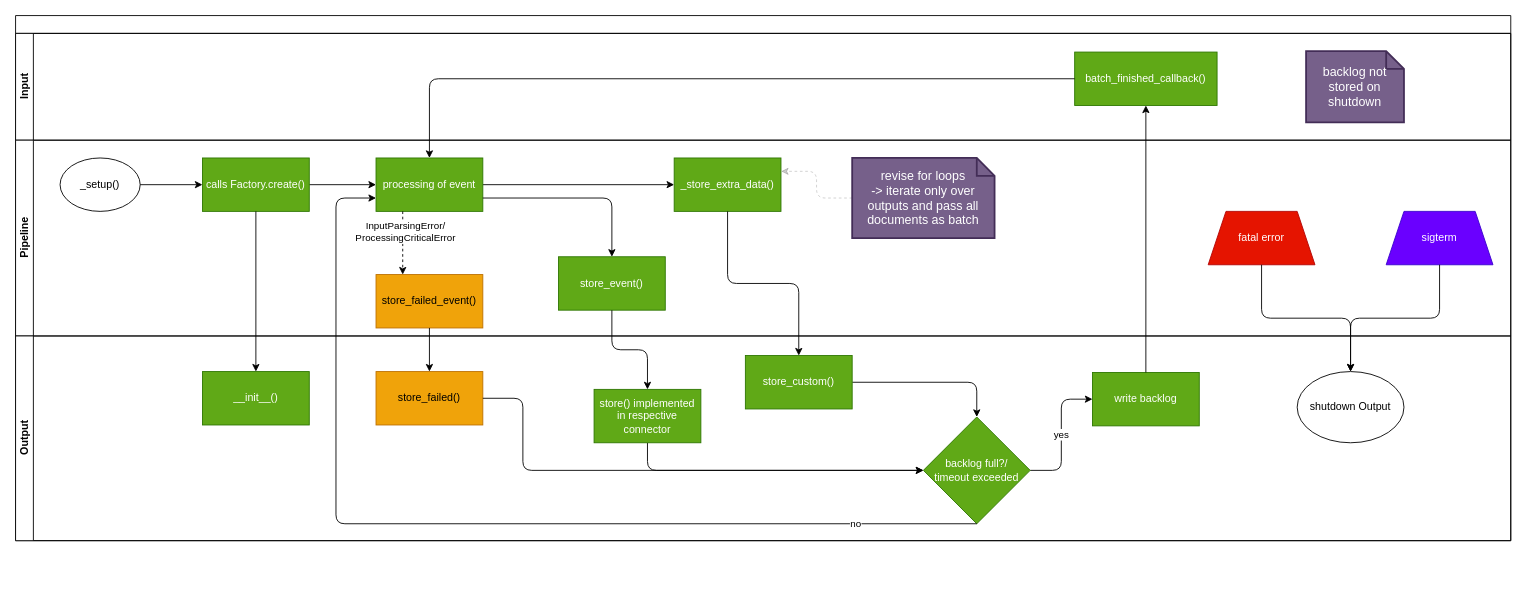
fkie-cad/Logprep keeps this draw.io diagram as doc/source/development/architecture/diagramms/output.drawio. Above is the earlier version. Source tidied: cells renumbered, new cells numbered last; positions are measured from the earlier drawing's top-left corner, leaving out a move shared by most shapes. Both pictures are drawn from the tidied source at 89%, with x=0, y=0 at pixel (15, 15).
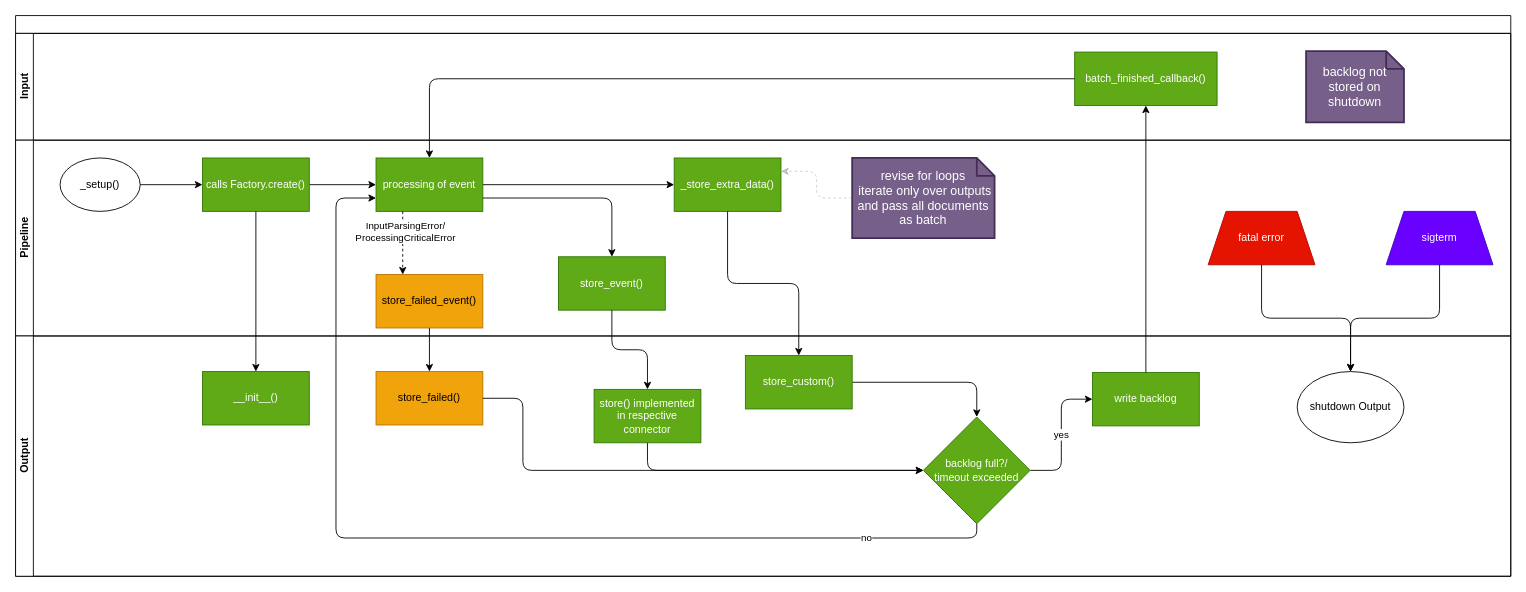
After the change.

Commit message (it also covers changes not shown here):
update processor, pipeline, input and output diagramm

The change refers to these unchanged cells:
```xml
<mxCell id="6" value="Pipeline" style="swimlane;startSize=20;horizontal=0;html=1;" parent="2" vertex="1">
  <mxGeometry y="140" width="1680" height="220" as="geometry" />
</mxCell>
<mxCell id="12" value="processing of event" style="whiteSpace=wrap;html=1;fillColor=#60a917;strokeColor=#2D7600;fontColor=#ffffff;" parent="6" vertex="1">
  <mxGeometry x="405" y="20" width="120" height="60" as="geometry" />
</mxCell>
<mxCell id="28" value="backlog full?/&lt;br&gt;timeout exceeded" style="rhombus;whiteSpace=wrap;html=1;rounded=0;fillColor=#60a917;fontColor=#ffffff;strokeColor=#2D7600;" parent="23" vertex="1">
  <mxGeometry x="1020" y="91" width="120" height="120" as="geometry" />
</mxCell>
```

Change to the diagram source:
```diff
@@
     <mxCell id="2" style="swimlane;horizontal=1;startSize=20;html=1;" parent="1" vertex="1">
-      <mxGeometry width="1680" height="590" as="geometry" />
+      <mxGeometry width="1680" height="630" as="geometry" />
     </mxCell>
@@
-    <mxCell id="20" value="revise for loops&lt;br&gt;-&amp;gt; iterate only over outputs and pass all documents as batch" style="shape=note;strokeWidth=2;fontSize=14;size=20;whiteSpace=wrap;html=1;fillColor=#76608a;strokeColor=#432D57;fontColor=#ffffff;" parent="6" vertex="1">
+    <mxCell id="20" value="revise for loops&lt;br&gt;&amp;nbsp;iterate only over outputs and pass all documents as batch" style="shape=note;strokeWidth=2;fontSize=14;size=20;whiteSpace=wrap;html=1;fillColor=#76608a;strokeColor=#432D57;fontColor=#ffffff;" parent="6" vertex="1">
       <mxGeometry x="940" y="20" width="160" height="90" as="geometry" />
     </mxCell>
@@
     <mxCell id="23" value="Output" style="swimlane;startSize=20;horizontal=0;html=1;" parent="2" vertex="1">
-      <mxGeometry y="360" width="1680" height="230" as="geometry" />
+      <mxGeometry y="360" width="1680" height="270" as="geometry" />
     </mxCell>
@@
     <mxCell id="37" value="no" style="edgeStyle=orthogonalEdgeStyle;html=1;exitX=0.5;exitY=1;exitDx=0;exitDy=0;entryX=0;entryY=0.75;entryDx=0;entryDy=0;" parent="2" edge="1" source="28" target="12">
       <mxGeometry x="-0.76" relative="1" as="geometry">
         <Array as="points">
-          <mxPoint x="360" y="571" />
+          <mxPoint x="1080" y="587" />
+          <mxPoint x="360" y="587" />
           <mxPoint x="360" y="205" />
         </Array>
       </mxGeometry>
     </mxCell>
```
